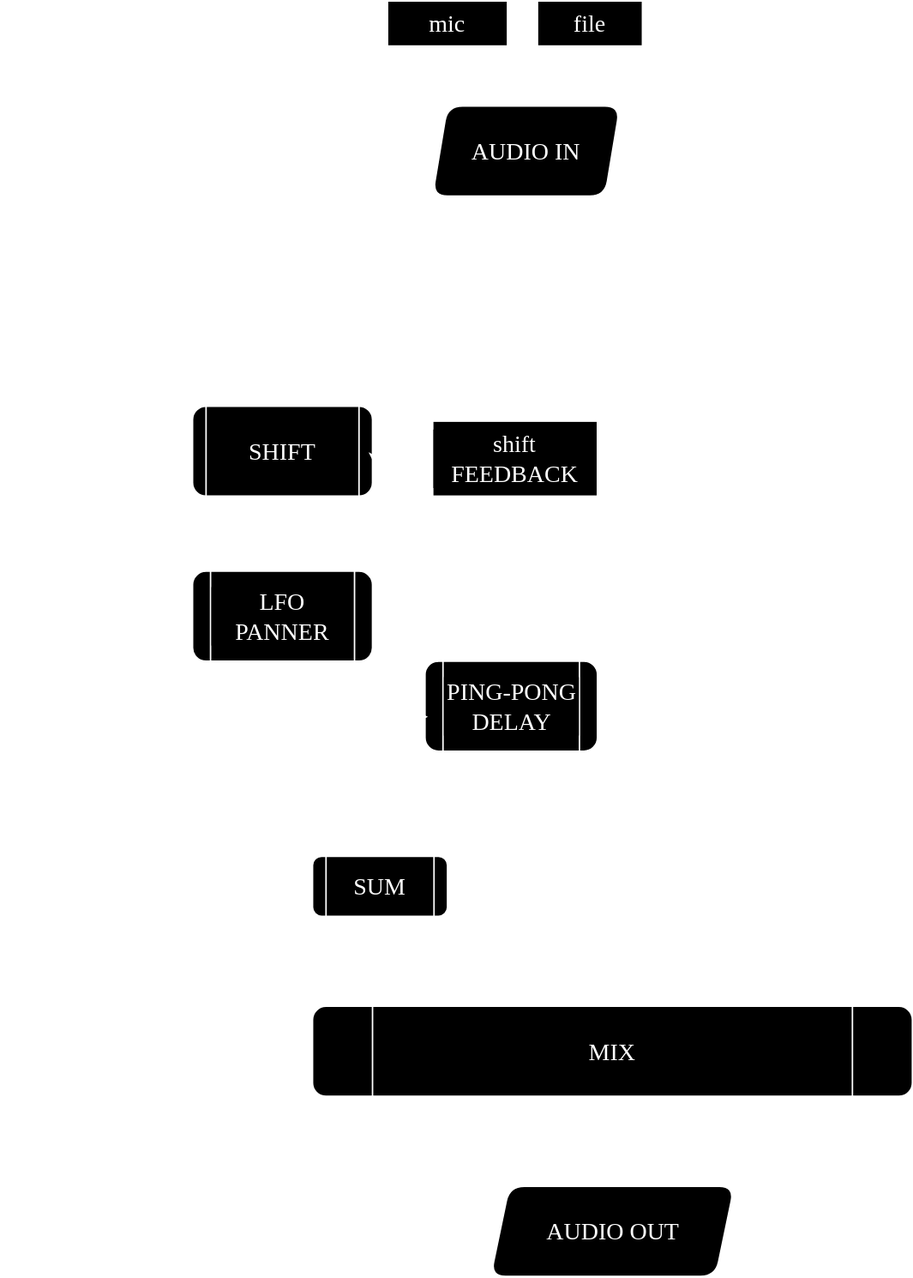
Above: shift-signalflow.drawio.svg in krismakesstuff/shift (draw.io), before the change. Source tidied: cells renumbered, new cells last; positions are measured from the earlier drawing's top-left corner, leaving out a move shared by most shapes.
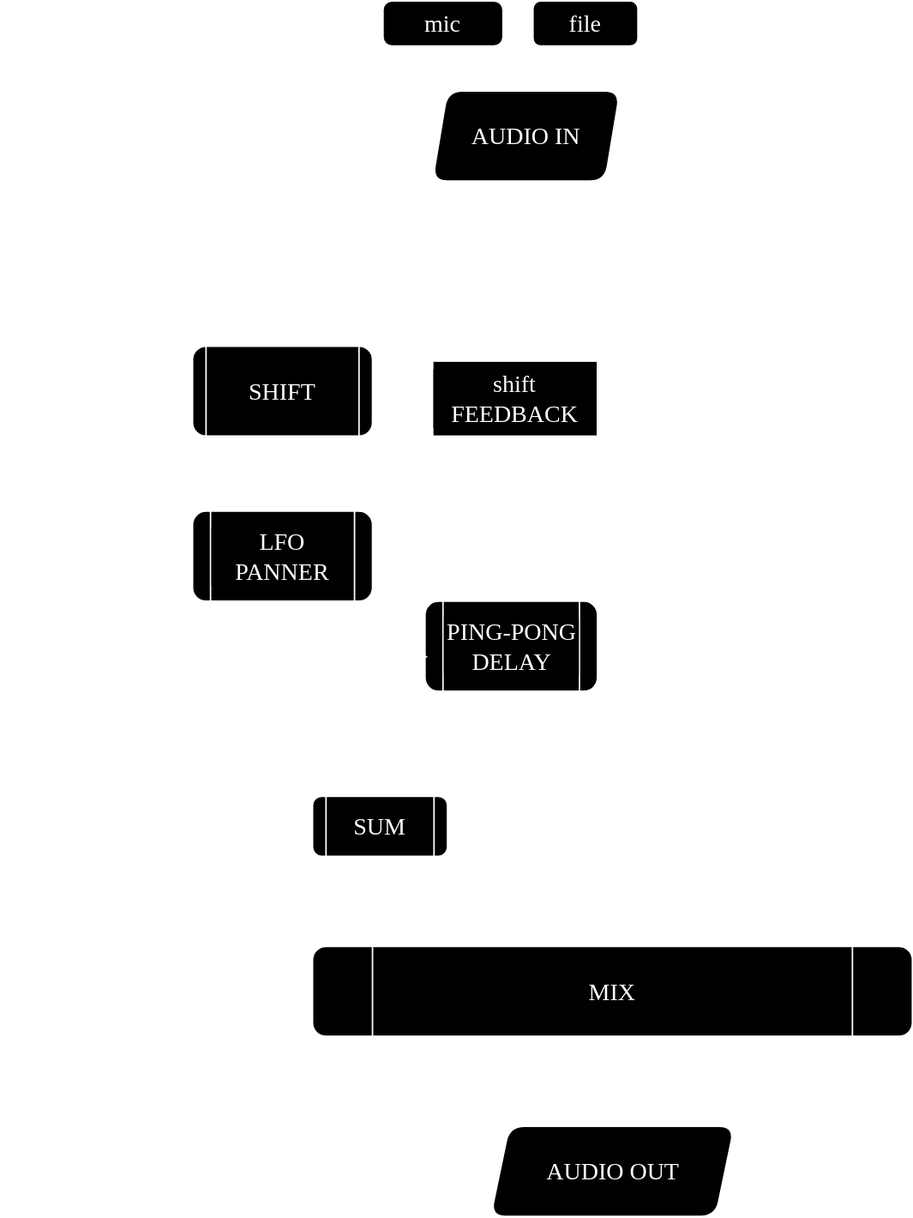
After the change.

What changed in the source:
```diff
@@ -2,21 +2,22 @@
   <root>
     <mxCell id="0" />
     <mxCell id="1" parent="0" />
-    <mxCell id="2" style="edgeStyle=orthogonalEdgeStyle;rounded=1;jettySize=auto;html=1;exitX=0.75;exitY=1;exitDx=0;exitDy=0;entryX=0.25;entryY=0;entryDx=0;entryDy=0;labelBackgroundColor=default;fontColor=default;fontFamily=Lucida Console;fontSize=16;" parent="1" edge="1" target="19">
-      <mxGeometry relative="1" as="geometry">
-        <mxPoint x="308" y="30" as="sourcePoint" />
-      </mxGeometry>
-    </mxCell>
+    <mxCell id="31" style="edgeStyle=orthogonalEdgeStyle;rounded=0;jettySize=auto;html=1;exitX=0.75;exitY=1;exitDx=0;exitDy=0;entryX=0.25;entryY=0;entryDx=0;entryDy=0;" parent="1" edge="1" source="3" target="19">
+      <mxGeometry relative="1" as="geometry" />
+    </mxCell>
-    <mxCell id="3" value="mic" style="rounded=1;whiteSpace=wrap;html=1;fontSize=16;glass=0;strokeWidth=1;shadow=0;arcSize=0;labelBackgroundColor=default;fontFamily=Lucida Console;" parent="1" vertex="1">
-      <mxGeometry x="258" width="80" height="30" as="geometry" />
+    <mxCell id="3" value="mic" style="rounded=1;whiteSpace=wrap;html=1;fontSize=16;glass=0;strokeWidth=1;shadow=0;arcSize=20;labelBackgroundColor=default;fontFamily=Lucida Console;" parent="1" vertex="1">
+      <mxGeometry x="255" y="40" width="80" height="30" as="geometry" />
     </mxCell>
-    <mxCell id="4" style="edgeStyle=orthogonalEdgeStyle;rounded=1;jettySize=auto;html=1;exitX=0.5;exitY=1;exitDx=0;exitDy=0;entryX=0.75;entryY=0;entryDx=0;entryDy=0;labelBackgroundColor=default;fontColor=default;fontFamily=Lucida Console;fontSize=16;" parent="1" edge="1" target="19">
-      <mxGeometry relative="1" as="geometry">
-        <mxPoint x="383" y="30" as="sourcePoint" />
-      </mxGeometry>
-    </mxCell>
+    <mxCell id="32" style="edgeStyle=orthogonalEdgeStyle;rounded=0;jettySize=auto;html=1;entryX=0.75;entryY=0;entryDx=0;entryDy=0;" parent="1" edge="1" source="5" target="19">
+      <mxGeometry relative="1" as="geometry">
+        <Array as="points">
+          <mxPoint x="390" y="80" />
+          <mxPoint x="382" y="80" />
+        </Array>
+      </mxGeometry>
+    </mxCell>
-    <mxCell id="5" value="file" style="rounded=1;whiteSpace=wrap;html=1;fontSize=16;glass=0;strokeWidth=1;shadow=0;arcSize=0;labelBackgroundColor=default;fontFamily=Lucida Console;" parent="1" vertex="1">
-      <mxGeometry x="358" width="70" height="30" as="geometry" />
+    <mxCell id="5" value="file" style="rounded=1;whiteSpace=wrap;html=1;fontSize=16;glass=0;strokeWidth=1;shadow=0;arcSize=17;labelBackgroundColor=default;fontFamily=Lucida Console;" parent="1" vertex="1">
+      <mxGeometry x="355" y="40" width="70" height="30" as="geometry" />
     </mxCell>
     <mxCell id="6" style="edgeStyle=orthogonalEdgeStyle;rounded=1;jettySize=auto;html=1;exitX=0.75;exitY=1;exitDx=0;exitDy=0;labelBackgroundColor=default;fontColor=default;fontFamily=Lucida Console;fontSize=16;" parent="1" edge="1" source="8" target="10">
       <mxGeometry relative="1" as="geometry">
@@ -32,11 +33,11 @@
     <mxCell id="8" value="SHIFT" style="shape=process;whiteSpace=wrap;html=1;backgroundOutline=1;size=0;rounded=1;labelBackgroundColor=default;fontFamily=Lucida Console;fontSize=16;" parent="1" vertex="1">
       <mxGeometry x="128" y="270" width="120" height="60" as="geometry" />
     </mxCell>
-    <mxCell id="9" style="edgeStyle=orthogonalEdgeStyle;rounded=1;jettySize=auto;html=1;labelBackgroundColor=default;fontColor=default;fontFamily=Lucida Console;fontSize=16;exitX=0;exitY=0.5;exitDx=0;exitDy=0;" parent="1" edge="1" source="10">
-      <mxGeometry relative="1" as="geometry">
-        <mxPoint x="250" y="310" as="targetPoint" />
-      </mxGeometry>
-    </mxCell>
+    <mxCell id="33" style="edgeStyle=orthogonalEdgeStyle;rounded=0;jettySize=auto;html=1;exitX=0;exitY=0.25;exitDx=0;exitDy=0;" parent="1" edge="1" source="10">
+      <mxGeometry relative="1" as="geometry">
+        <mxPoint x="255" y="293" as="targetPoint" />
+      </mxGeometry>
+    </mxCell>
     <mxCell id="10" value="shift FEEDBACK" style="shape=process;whiteSpace=wrap;html=1;backgroundOutline=1;rounded=1;labelBackgroundColor=default;fontFamily=Lucida Console;fontSize=16;arcSize=0;size=0;" parent="1" vertex="1">
       <mxGeometry x="288" y="280" width="110" height="50" as="geometry" />
     </mxCell>
@@ -64,20 +65,23 @@
       <mxGeometry x="208" y="670" width="400" height="60" as="geometry" />
     </mxCell>
     <mxCell id="17" style="edgeStyle=orthogonalEdgeStyle;rounded=1;jettySize=auto;html=1;entryX=0.5;entryY=0;entryDx=0;entryDy=0;exitX=0.25;exitY=1;exitDx=0;exitDy=0;labelBackgroundColor=default;fontColor=default;fontFamily=Lucida Console;fontSize=16;" parent="1" edge="1" source="19" target="8">
-      <mxGeometry relative="1" as="geometry" />
+      <mxGeometry relative="1" as="geometry">
+        <Array as="points">
+          <mxPoint x="319" y="200" />
+          <mxPoint x="188" y="200" />
+        </Array>
+      </mxGeometry>
     </mxCell>
-    <mxCell id="18" style="edgeStyle=orthogonalEdgeStyle;rounded=0;jettySize=auto;html=1;" parent="1" edge="1" source="19">
+    <mxCell id="18" style="edgeStyle=orthogonalEdgeStyle;rounded=1;jettySize=auto;html=1;curved=0;entryX=0.888;entryY=-0.05;entryDx=0;entryDy=0;entryPerimeter=0;" parent="1" edge="1" source="19" target="16">
       <mxGeometry relative="1" as="geometry">
-        <mxPoint x="555" y="670" as="targetPoint" />
         <Array as="points">
           <mxPoint x="351" y="200" />
-          <mxPoint x="555" y="200" />
-          <mxPoint x="555" y="670" />
+          <mxPoint x="563" y="200" />
         </Array>
       </mxGeometry>
     </mxCell>
     <mxCell id="19" value="AUDIO IN" style="shape=parallelogram;perimeter=parallelogramPerimeter;whiteSpace=wrap;html=1;fixedSize=1;size=10;rounded=1;labelBackgroundColor=default;fontFamily=Lucida Console;fontSize=16;" parent="1" vertex="1">
-      <mxGeometry x="288" y="70" width="125" height="60" as="geometry" />
+      <mxGeometry x="288" y="100" width="125" height="60" as="geometry" />
     </mxCell>
     <mxCell id="20" style="edgeStyle=orthogonalEdgeStyle;rounded=1;jettySize=auto;html=1;exitX=0.25;exitY=1;exitDx=0;exitDy=0;entryX=0.75;entryY=0;entryDx=0;entryDy=0;labelBackgroundColor=default;fontColor=default;fontFamily=Lucida Console;fontSize=16;" parent="1" edge="1" source="21" target="14">
       <mxGeometry relative="1" as="geometry">
```
